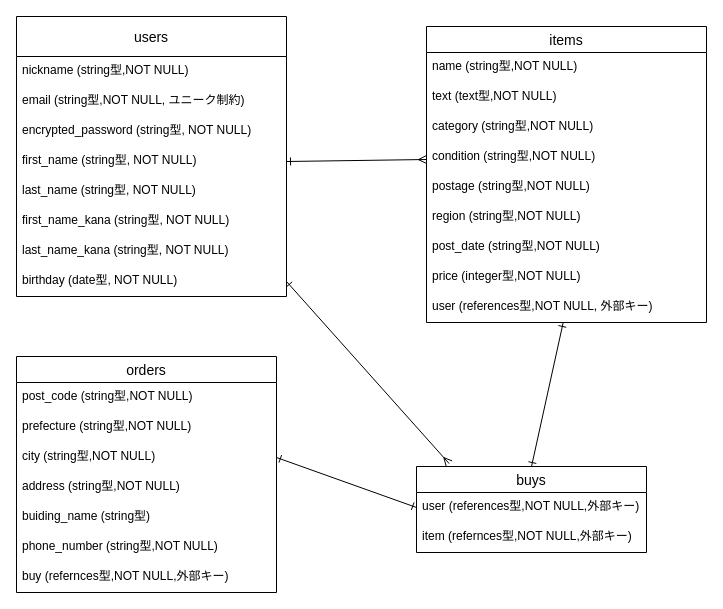
This is furima.dio from pgyuto/furima-37606, a draw.io file, before an edit. Source tidied: cells renumbered, new cells numbered last; positions are measured from the earlier drawing's top-left corner, leaving out a move shared by most shapes. Both pictures are drawn from the tidied source at 100%, with x=0, y=0 at pixel (16, 16).
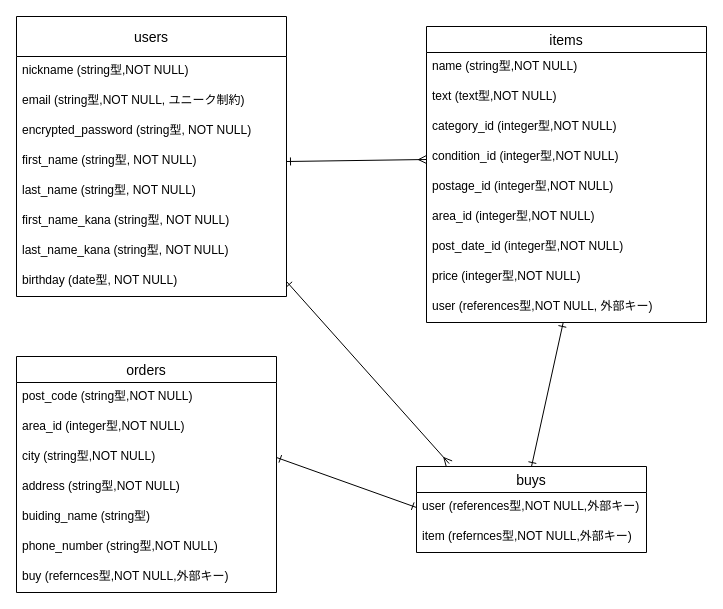
After the change.

Commit message (it also covers changes not shown here):
カラム名（ER図）修正

The change refers to these unchanged cells:
```xml
<mxCell id="11" value="orders" style="swimlane;fontStyle=0;horizontal=1;startSize=26;align=center;fontSize=14;" parent="1" vertex="1">
  <mxGeometry y="340" width="260" height="236" as="geometry" />
</mxCell>
<mxCell id="19" value="items" style="swimlane;fontStyle=0;horizontal=1;startSize=26;align=center;fontSize=14;" parent="1" vertex="1">
  <mxGeometry x="410" y="10" width="280" height="296" as="geometry" />
</mxCell>
```

What changed in the source:
```diff
@@
-    <mxCell id="13" value="prefecture (string型,NOT NULL)" style="text;strokeColor=none;fillColor=none;spacingLeft=4;spacingRight=4;overflow=hidden;fontSize=12;" parent="11" vertex="1">
+    <mxCell id="13" value="area_id (integer型,NOT NULL)" style="text;strokeColor=none;fillColor=none;spacingLeft=4;spacingRight=4;overflow=hidden;fontSize=12;" parent="11" vertex="1">
       <mxGeometry y="56" width="260" height="30" as="geometry" />
     </mxCell>
@@
-    <mxCell id="22" value="category (string型,NOT NULL)" style="text;strokeColor=none;fillColor=none;spacingLeft=4;spacingRight=4;overflow=hidden;fontSize=12;" parent="19" vertex="1">
+    <mxCell id="22" value="category_id (integer型,NOT NULL)" style="text;strokeColor=none;fillColor=none;spacingLeft=4;spacingRight=4;overflow=hidden;fontSize=12;" parent="19" vertex="1">
       <mxGeometry y="86" width="280" height="30" as="geometry" />
     </mxCell>
-    <mxCell id="23" value="condition (string型,NOT NULL)" style="text;strokeColor=none;fillColor=none;spacingLeft=4;spacingRight=4;overflow=hidden;points=[[0,0.5],[1,0.5]];portConstraint=eastwest;fontSize=12;" parent="19" vertex="1">
+    <mxCell id="23" value="condition_id (integer型,NOT NULL)" style="text;strokeColor=none;fillColor=none;spacingLeft=4;spacingRight=4;overflow=hidden;points=[[0,0.5],[1,0.5]];portConstraint=eastwest;fontSize=12;" parent="19" vertex="1">
       <mxGeometry y="116" width="280" height="30" as="geometry" />
     </mxCell>
-    <mxCell id="24" value="postage (string型,NOT NULL)" style="text;strokeColor=none;fillColor=none;spacingLeft=4;spacingRight=4;overflow=hidden;fontSize=12;" parent="19" vertex="1">
+    <mxCell id="24" value="postage_id (integer型,NOT NULL)" style="text;strokeColor=none;fillColor=none;spacingLeft=4;spacingRight=4;overflow=hidden;fontSize=12;" parent="19" vertex="1">
       <mxGeometry y="146" width="280" height="30" as="geometry" />
     </mxCell>
-    <mxCell id="25" value="region (string型,NOT NULL)" style="text;strokeColor=none;fillColor=none;spacingLeft=4;spacingRight=4;overflow=hidden;fontSize=12;" parent="19" vertex="1">
+    <mxCell id="25" value="area_id (integer型,NOT NULL)" style="text;strokeColor=none;fillColor=none;spacingLeft=4;spacingRight=4;overflow=hidden;fontSize=12;" parent="19" vertex="1">
       <mxGeometry y="176" width="280" height="30" as="geometry" />
     </mxCell>
-    <mxCell id="26" value="post_date (string型,NOT NULL)" style="text;strokeColor=none;fillColor=none;spacingLeft=4;spacingRight=4;overflow=hidden;fontSize=12;" parent="19" vertex="1">
+    <mxCell id="26" value="post_date_id (integer型,NOT NULL)" style="text;strokeColor=none;fillColor=none;spacingLeft=4;spacingRight=4;overflow=hidden;fontSize=12;" parent="19" vertex="1">
       <mxGeometry y="206" width="280" height="30" as="geometry" />
     </mxCell>
```
